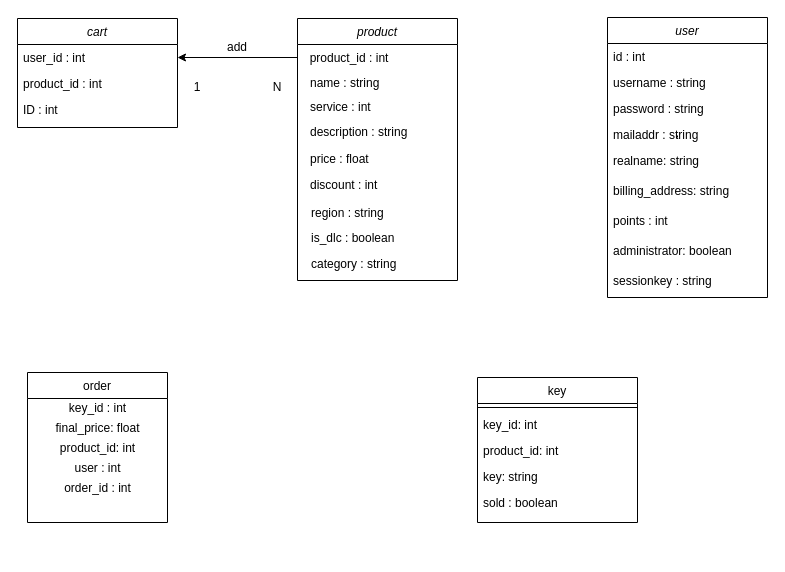
The draw.io diagram class diagram.drawio in Skat1999/ProgettoI.S, before the edit. Source tidied: cells renumbered, new cells numbered last; positions are measured from the earlier drawing's top-left corner, leaving out a move shared by most shapes. Both pictures are drawn from the tidied source at 100%, with x=0, y=0 at pixel (17, 17).
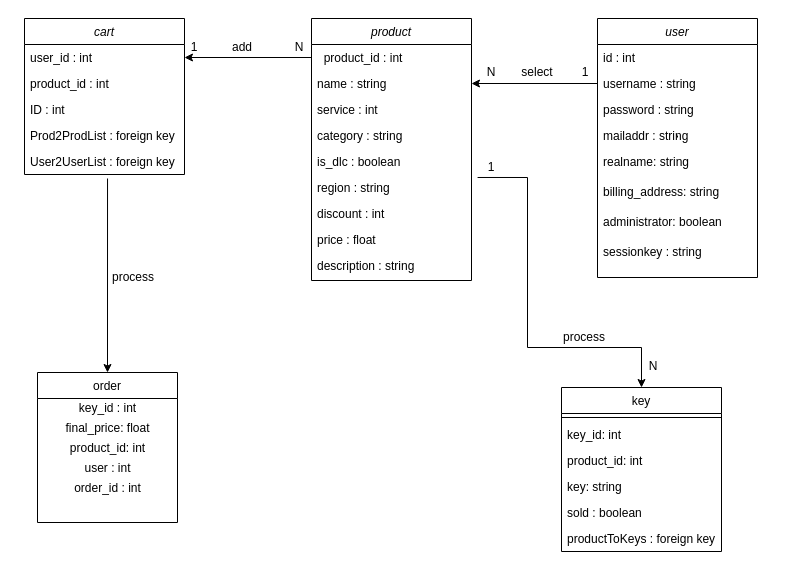
After the change.

Unchanged cells that the change refers to:
```xml
<mxCell id="6" value="username : string" style="text;align=left;verticalAlign=top;spacingLeft=4;spacingRight=4;overflow=hidden;points=[[0,0.5],[1,0.5]];portConstraint=eastwest;" parent="4" vertex="1">
  <mxGeometry y="52" width="160" height="26" as="geometry" />
</mxCell>
```

The edit, as a diff of the source:
```diff
@@
     <mxCell id="2" value="product" style="swimlane;fontStyle=2;align=center;verticalAlign=top;horizontal=1;startSize=26;rounded=0;shadow=0;strokeWidth=1;" parent="1" vertex="1">
-      <mxGeometry x="280" y="1" width="160" height="262" as="geometry" />
+      <mxGeometry x="294" y="1" width="160" height="262" as="geometry" />
     </mxCell>
@@
+    <mxCell id="35" value="name : string" style="text;align=left;verticalAlign=top;spacingLeft=4;spacingRight=4;overflow=hidden;points=[[0,0.5],[1,0.5]];portConstraint=eastwest;" parent="2" vertex="1">
+      <mxGeometry y="52" width="160" height="26" as="geometry" />
+    </mxCell>
+    <mxCell id="36" value="service : int" style="text;align=left;verticalAlign=top;spacingLeft=4;spacingRight=4;overflow=hidden;" parent="2" vertex="1">
+      <mxGeometry y="78" width="160" height="26" as="geometry" />
+    </mxCell>
+    <mxCell id="42" value="category : string" style="text;align=left;verticalAlign=top;spacingLeft=4;spacingRight=4;overflow=hidden;" parent="2" vertex="1">
+      <mxGeometry y="104" width="160" height="26" as="geometry" />
+    </mxCell>
+    <mxCell id="41" value="is_dlc : boolean" style="text;align=left;verticalAlign=top;spacingLeft=4;spacingRight=4;overflow=hidden;" parent="2" vertex="1">
+      <mxGeometry y="130" width="160" height="26" as="geometry" />
+    </mxCell>
+    <mxCell id="40" value="region : string" style="text;align=left;verticalAlign=top;spacingLeft=4;spacingRight=4;overflow=hidden;points=[[0,0.5],[1,0.5]];portConstraint=eastwest;" parent="2" vertex="1">
+      <mxGeometry y="156" width="160" height="26" as="geometry" />
+    </mxCell>
+    <mxCell id="39" value="discount : int" style="text;align=left;verticalAlign=top;spacingLeft=4;spacingRight=4;overflow=hidden;" parent="2" vertex="1">
+      <mxGeometry y="182" width="160" height="26" as="geometry" />
+    </mxCell>
+    <mxCell id="38" value="price : float" style="text;align=left;verticalAlign=top;spacingLeft=4;spacingRight=4;overflow=hidden;" parent="2" vertex="1">
+      <mxGeometry y="208" width="160" height="26" as="geometry" />
+    </mxCell>
+    <mxCell id="37" value="description : string" style="text;align=left;verticalAlign=top;spacingLeft=4;spacingRight=4;overflow=hidden;" parent="2" vertex="1">
+      <mxGeometry y="234" width="160" height="26" as="geometry" />
+    </mxCell>
     <mxCell id="4" value="user" style="swimlane;fontStyle=2;align=center;verticalAlign=top;horizontal=1;startSize=26;rounded=0;shadow=0;strokeWidth=1;" parent="1" vertex="1">
-      <mxGeometry x="590" width="160" height="280" as="geometry" />
+      <mxGeometry x="580" y="1" width="160" height="259" as="geometry" />
     </mxCell>
@@
-    <mxCell id="11" value="points : int" style="text;align=left;verticalAlign=top;spacingLeft=4;spacingRight=4;overflow=hidden;" parent="4" vertex="1">
-      <mxGeometry y="190" width="160" height="30" as="geometry" />
-    </mxCell>
     <mxCell id="12" value="administrator: boolean" style="text;align=left;verticalAlign=top;spacingLeft=4;spacingRight=4;overflow=hidden;" parent="4" vertex="1">
-      <mxGeometry y="220" width="160" height="30" as="geometry" />
+      <mxGeometry y="190" width="160" height="30" as="geometry" />
     </mxCell>
     <mxCell id="13" value="sessionkey : string" style="text;align=left;verticalAlign=top;spacingLeft=4;spacingRight=4;overflow=hidden;" parent="4" vertex="1">
-      <mxGeometry y="250" width="160" height="30" as="geometry" />
+      <mxGeometry y="220" width="160" height="30" as="geometry" />
     </mxCell>
     <mxCell id="14" value="key" style="swimlane;fontStyle=0;align=center;verticalAlign=top;horizontal=1;startSize=26;rounded=0;shadow=0;strokeWidth=1;" parent="1" vertex="1">
-      <mxGeometry x="460" y="360" width="160" height="145" as="geometry" />
+      <mxGeometry x="544" y="370" width="160" height="164" as="geometry" />
     </mxCell>
@@
+    <mxCell id="43" value="productToKeys : foreign key" style="text;align=left;verticalAlign=top;spacingLeft=4;spacingRight=4;overflow=hidden;" parent="14" vertex="1">
+      <mxGeometry y="138" width="160" height="26" as="geometry" />
+    </mxCell>
     <mxCell id="20" value="cart" style="swimlane;fontStyle=2;align=center;verticalAlign=top;horizontal=1;startSize=26;rounded=0;shadow=0;strokeWidth=1;" parent="1" vertex="1">
-      <mxGeometry y="1" width="160" height="109" as="geometry" />
+      <mxGeometry x="7" y="1" width="160" height="156" as="geometry" />
     </mxCell>
@@
+    <mxCell id="44" value="Prod2ProdList : foreign key" style="text;align=left;verticalAlign=top;spacingLeft=4;spacingRight=4;overflow=hidden;rounded=0;shadow=0;html=0;" parent="20" vertex="1">
+      <mxGeometry y="104" width="160" height="26" as="geometry" />
+    </mxCell>
+    <mxCell id="45" value="User2UserList : foreign key" style="text;align=left;verticalAlign=top;spacingLeft=4;spacingRight=4;overflow=hidden;points=[[0,0.5],[1,0.5]];portConstraint=eastwest;rounded=0;shadow=0;html=0;" parent="20" vertex="1">
+      <mxGeometry y="130" width="160" height="26" as="geometry" />
+    </mxCell>
@@
     <mxCell id="25" value="order" style="swimlane;fontStyle=0;align=center;verticalAlign=top;horizontal=1;startSize=26;rounded=0;shadow=0;strokeWidth=1;" parent="1" vertex="1">
-      <mxGeometry x="10" y="355" width="140" height="150" as="geometry" />
+      <mxGeometry x="20" y="355" width="140" height="150" as="geometry" />
     </mxCell>
@@
     <mxCell id="31" value="N" style="text;html=1;strokeColor=none;fillColor=none;align=center;verticalAlign=middle;whiteSpace=wrap;rounded=0;" parent="1" vertex="1">
-      <mxGeometry x="240" y="60" width="40" height="20" as="geometry" />
+      <mxGeometry x="272" y="20" width="20" height="20" as="geometry" />
     </mxCell>
@@
     <mxCell id="33" value="add" style="text;html=1;strokeColor=none;fillColor=none;align=center;verticalAlign=middle;whiteSpace=wrap;rounded=0;" parent="1" vertex="1">
-      <mxGeometry x="200" y="20" width="40" height="20" as="geometry" />
+      <mxGeometry x="205" y="20" width="40" height="20" as="geometry" />
     </mxCell>
     <mxCell id="34" value="1" style="text;html=1;strokeColor=none;fillColor=none;align=center;verticalAlign=middle;whiteSpace=wrap;rounded=0;" parent="1" vertex="1">
-      <mxGeometry x="160" y="60" width="40" height="20" as="geometry" />
+      <mxGeometry x="167" y="20" width="20" height="20" as="geometry" />
     </mxCell>
-    <mxCell id="35" value="name : string" style="text;align=left;verticalAlign=top;spacingLeft=4;spacingRight=4;overflow=hidden;points=[[0,0.5],[1,0.5]];portConstraint=eastwest;" parent="1" vertex="1">
-      <mxGeometry x="287" y="52" width="160" height="26" as="geometry" />
-    </mxCell>
-    <mxCell id="36" value="service : int" style="text;align=left;verticalAlign=top;spacingLeft=4;spacingRight=4;overflow=hidden;" parent="1" vertex="1">
-      <mxGeometry x="287" y="76" width="160" height="26" as="geometry" />
-    </mxCell>
-    <mxCell id="37" value="description : string" style="text;align=left;verticalAlign=top;spacingLeft=4;spacingRight=4;overflow=hidden;" parent="1" vertex="1">
-      <mxGeometry x="287" y="101" width="160" height="26" as="geometry" />
-    </mxCell>
-    <mxCell id="38" value="price : float" style="text;align=left;verticalAlign=top;spacingLeft=4;spacingRight=4;overflow=hidden;" parent="1" vertex="1">
-      <mxGeometry x="287" y="128" width="160" height="26" as="geometry" />
-    </mxCell>
-    <mxCell id="39" value="discount : int" style="text;align=left;verticalAlign=top;spacingLeft=4;spacingRight=4;overflow=hidden;" parent="1" vertex="1">
-      <mxGeometry x="287" y="154" width="160" height="26" as="geometry" />
-    </mxCell>
-    <mxCell id="40" value="region : string" style="text;align=left;verticalAlign=top;spacingLeft=4;spacingRight=4;overflow=hidden;points=[[0,0.5],[1,0.5]];portConstraint=eastwest;" parent="1" vertex="1">
-      <mxGeometry x="288" y="182" width="160" height="26" as="geometry" />
-    </mxCell>
-    <mxCell id="41" value="is_dlc : boolean" style="text;align=left;verticalAlign=top;spacingLeft=4;spacingRight=4;overflow=hidden;" parent="1" vertex="1">
-      <mxGeometry x="288" y="207" width="160" height="26" as="geometry" />
-    </mxCell>
-    <mxCell id="42" value="category : string" style="text;align=left;verticalAlign=top;spacingLeft=4;spacingRight=4;overflow=hidden;" parent="1" vertex="1">
-      <mxGeometry x="288" y="233" width="160" height="26" as="geometry" />
-    </mxCell>
+    <mxCell id="46" style="edgeStyle=orthogonalEdgeStyle;rounded=0;jettySize=auto;html=1;exitX=0;exitY=0.5;exitDx=0;exitDy=0;entryX=1;entryY=0.5;entryDx=0;entryDy=0;" parent="1" edge="1" source="6" target="35">
+      <mxGeometry relative="1" as="geometry" />
+    </mxCell>
+    <mxCell id="47" value="N" style="text;html=1;strokeColor=none;fillColor=none;align=center;verticalAlign=middle;whiteSpace=wrap;rounded=0;" parent="1" vertex="1">
+      <mxGeometry x="461" y="44.5" width="26" height="20" as="geometry" />
+    </mxCell>
+    <mxCell id="48" value="1" style="text;html=1;strokeColor=none;fillColor=none;align=center;verticalAlign=middle;whiteSpace=wrap;rounded=0;" parent="1" vertex="1">
+      <mxGeometry x="556" y="44.5" width="24" height="20" as="geometry" />
+    </mxCell>
+    <mxCell id="49" value="select" style="text;html=1;strokeColor=none;fillColor=none;align=center;verticalAlign=middle;whiteSpace=wrap;rounded=0;" parent="1" vertex="1">
+      <mxGeometry x="500" y="45" width="40" height="20" as="geometry" />
+    </mxCell>
+    <mxCell id="50" style="edgeStyle=orthogonalEdgeStyle;rounded=0;jettySize=auto;html=1;exitX=1.038;exitY=0.115;exitDx=0;exitDy=0;entryX=0.5;entryY=0;entryDx=0;entryDy=0;exitPerimeter=0;" parent="1" edge="1" source="40" target="14">
+      <mxGeometry relative="1" as="geometry">
+        <Array as="points">
+          <mxPoint x="510" y="160" />
+          <mxPoint x="510" y="330" />
+          <mxPoint x="624" y="330" />
+        </Array>
+      </mxGeometry>
+    </mxCell>
+    <mxCell id="51" value="1" style="text;html=1;strokeColor=none;fillColor=none;align=center;verticalAlign=middle;whiteSpace=wrap;rounded=0;" parent="1" vertex="1">
+      <mxGeometry x="454" y="140" width="40" height="20" as="geometry" />
+    </mxCell>
+    <mxCell id="52" value="N" style="text;html=1;strokeColor=none;fillColor=none;align=center;verticalAlign=middle;whiteSpace=wrap;rounded=0;" parent="1" vertex="1">
+      <mxGeometry x="616" y="339" width="40" height="20" as="geometry" />
+    </mxCell>
+    <mxCell id="53" style="endArrow=classic;html=1;entryX=0.5;entryY=0;entryDx=0;entryDy=0;exitX=0.519;exitY=1.154;exitDx=0;exitDy=0;exitPerimeter=0;" parent="1" edge="1" source="45" target="25">
+      <mxGeometry relative="1" as="geometry" />
+    </mxCell>
+    <mxCell id="54" value="process" style="text;html=1;strokeColor=none;fillColor=none;align=center;verticalAlign=middle;whiteSpace=wrap;rounded=0;" parent="1" vertex="1">
+      <mxGeometry x="547" y="310" width="40" height="20" as="geometry" />
+    </mxCell>
+    <mxCell id="55" value="process" style="text;html=1;strokeColor=none;fillColor=none;align=center;verticalAlign=middle;whiteSpace=wrap;rounded=0;" parent="1" vertex="1">
+      <mxGeometry x="96" y="250" width="40" height="20" as="geometry" />
+    </mxCell>
```
